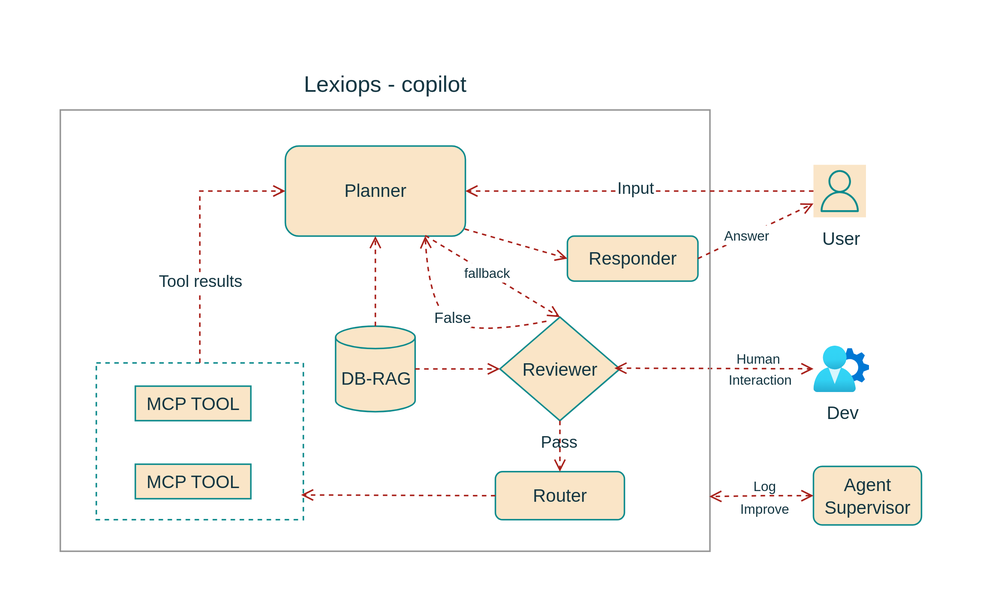
Before: lexiops-copilot/docs/agentic.svg, a diagram exported from draw.io (tinhnguyen0110/LexiOps). Source tidied: cells renumbered, new cells last; positions are measured from the earlier drawing's top-left corner, leaving out a move shared by most shapes.
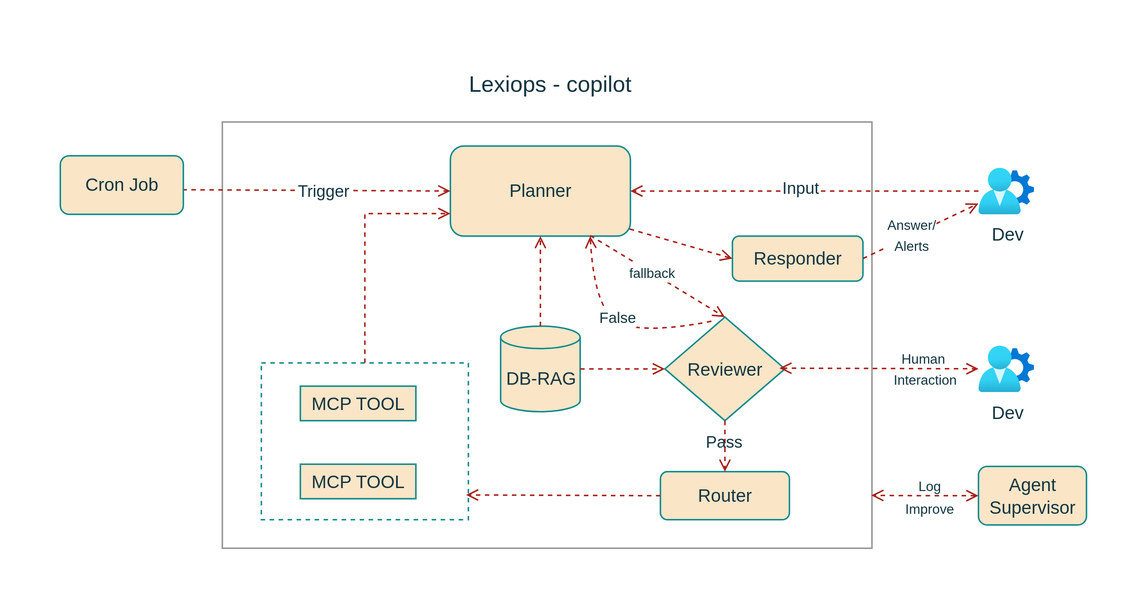
Later version of the same file.

Diff of the diagram source:
```diff
@@ -8,9 +8,6 @@
     <mxCell id="3" value="Reviewer" style="rhombus;whiteSpace=wrap;html=1;labelBackgroundColor=none;fillColor=#FAE5C7;strokeColor=#0F8B8D;fontColor=#143642;" parent="1" vertex="1">
       <mxGeometry x="293" y="171" width="80" height="69" as="geometry" />
     </mxCell>
-    <mxCell id="4" value="User" style="sketch=0;outlineConnect=0;fontColor=#143642;strokeColor=#0F8B8D;fillColor=#FAE5C7;dashed=0;verticalLabelPosition=bottom;verticalAlign=top;align=center;html=1;fontSize=12;fontStyle=0;shape=mxgraph.aws4.resourceIcon;resIcon=mxgraph.aws4.user;labelBackgroundColor=none;" parent="1" vertex="1">
-      <mxGeometry x="502" y="69.5" width="35" height="35" as="geometry" />
-    </mxCell>
     <mxCell id="5" value="Responder" style="rounded=1;whiteSpace=wrap;html=1;labelBackgroundColor=none;fillColor=#FAE5C7;strokeColor=#0F8B8D;fontColor=#143642;" parent="1" vertex="1">
       <mxGeometry x="338" y="117" width="87" height="30" as="geometry" />
     </mxCell>
@@ -29,7 +26,7 @@
       </mxGeometry>
     </mxCell>
     <mxCell id="10" style="rounded=0;whiteSpace=wrap;html=1;fillColor=none;labelBackgroundColor=none;strokeColor=#969696;fontColor=#143642;" parent="1" vertex="1">
-      <mxGeometry y="33" width="433" height="294" as="geometry" />
+      <mxGeometry x="-2" y="41" width="433" height="284" as="geometry" />
     </mxCell>
     <mxCell id="11" value="Agent Supervisor" style="rounded=1;whiteSpace=wrap;html=1;labelBackgroundColor=none;fillColor=#FAE5C7;strokeColor=#0F8B8D;fontColor=#143642;" parent="1" vertex="1">
       <mxGeometry x="502" y="270.5" width="72" height="39" as="geometry" />
@@ -55,8 +52,10 @@
         <mxPoint x="1" y="-2" as="offset" />
       </mxGeometry>
     </mxCell>
-    <mxCell id="16" style="endArrow=open;html=1;rounded=0;dashed=1;endFill=0;labelBackgroundColor=none;strokeColor=#A8201A;fontColor=default;" parent="1" edge="1" source="4" target="2">
-      <mxGeometry relative="1" as="geometry" />
+    <mxCell id="16" style="endArrow=open;html=1;rounded=0;dashed=1;endFill=0;labelBackgroundColor=none;strokeColor=#A8201A;fontColor=default;" parent="1" edge="1" target="2">
+      <mxGeometry relative="1" as="geometry">
+        <mxPoint x="502" y="87" as="sourcePoint" />
+      </mxGeometry>
     </mxCell>
     <mxCell id="17" value="Input" style="edgeLabel;html=1;align=center;verticalAlign=middle;strokeColor=#0F8B8D;fontColor=#143642;fillColor=#FAE5C7;" parent="16" vertex="1">
       <mxGeometry x="0.03" y="-2" relative="1" as="geometry" />
@@ -70,12 +69,9 @@
     <mxCell id="20" style="endArrow=open;html=1;rounded=0;exitX=1;exitY=0.5;exitDx=0;exitDy=0;exitPerimeter=0;dashed=1;endFill=0;labelBackgroundColor=none;strokeColor=#A8201A;fontColor=default;" parent="1" edge="1" source="18" target="3">
       <mxGeometry relative="1" as="geometry" />
     </mxCell>
-    <mxCell id="21" style="edgeStyle=orthogonalEdgeStyle;rounded=0;jettySize=auto;html=1;strokeColor=#A8201A;fontColor=#143642;fillColor=#FAE5C7;entryX=0;entryY=0.5;entryDx=0;entryDy=0;exitX=0.5;exitY=0;exitDx=0;exitDy=0;dashed=1;endArrow=open;endFill=0;" parent="1" edge="1" source="23" target="2">
+    <mxCell id="21" style="edgeStyle=orthogonalEdgeStyle;rounded=0;jettySize=auto;html=1;entryX=0;entryY=0.75;entryDx=0;entryDy=0;strokeColor=#A8201A;fontColor=#143642;fillColor=#FAE5C7;dashed=1;endArrow=open;endFill=0;" parent="1" edge="1" source="23" target="2">
       <mxGeometry relative="1" as="geometry" />
     </mxCell>
-    <mxCell id="22" value="Tool results" style="edgeLabel;html=1;align=center;verticalAlign=middle;strokeColor=#0F8B8D;fontColor=#143642;fillColor=#FAE5C7;" parent="21" vertex="1">
-      <mxGeometry x="-0.37" relative="1" as="geometry" />
-    </mxCell>
     <mxCell id="23" style="rounded=0;whiteSpace=wrap;html=1;fillColor=none;dashed=1;labelBackgroundColor=none;strokeColor=#0F8B8D;fontColor=#143642;" parent="1" vertex="1">
       <mxGeometry x="24" y="201.5" width="138" height="104.5" as="geometry" />
     </mxCell>
@@ -97,10 +93,12 @@
     <mxCell id="29" style="endArrow=open;html=1;rounded=0;exitX=0.996;exitY=0.922;exitDx=0;exitDy=0;exitPerimeter=0;entryX=0;entryY=0.5;entryDx=0;entryDy=0;endFill=0;labelBackgroundColor=none;strokeColor=#A8201A;fontColor=default;dashed=1;" parent="1" edge="1" source="2" target="5">
       <mxGeometry relative="1" as="geometry" />
     </mxCell>
-    <mxCell id="30" style="endArrow=open;dashed=1;html=1;strokeWidth=1;rounded=0;strokeColor=#A8201A;fontColor=#143642;fillColor=#FAE5C7;exitX=1;exitY=0.5;exitDx=0;exitDy=0;endFill=0;" parent="1" edge="1" source="5" target="4">
-      <mxGeometry relative="1" as="geometry" />
+    <mxCell id="30" style="endArrow=open;dashed=1;html=1;strokeWidth=1;rounded=0;strokeColor=#A8201A;fontColor=#143642;fillColor=#FAE5C7;exitX=1;exitY=0.5;exitDx=0;exitDy=0;endFill=0;" parent="1" edge="1" source="5">
+      <mxGeometry relative="1" as="geometry">
+        <mxPoint x="502" y="95.3" as="targetPoint" />
+      </mxGeometry>
     </mxCell>
-    <mxCell id="31" value="&lt;font style=&quot;font-size: 9px;&quot;&gt;Answer&lt;/font&gt;" style="edgeLabel;html=1;align=center;verticalAlign=middle;strokeColor=#0F8B8D;fontColor=#143642;fillColor=#FAE5C7;" parent="30" vertex="1">
+    <mxCell id="31" value="&lt;font style=&quot;font-size: 9px;&quot;&gt;Answer/&lt;/font&gt;&lt;div&gt;&lt;font style=&quot;font-size: 9px;&quot;&gt;Alerts&lt;/font&gt;&lt;/div&gt;" style="edgeLabel;html=1;align=center;verticalAlign=middle;strokeColor=#0F8B8D;fontColor=#143642;fillColor=#FAE5C7;" parent="30" vertex="1">
       <mxGeometry x="-0.17" y="1" relative="1" as="geometry" />
     </mxCell>
     <mxCell id="32" value="&lt;font style=&quot;font-size: 15px;&quot;&gt;Lexiops - copilot&lt;/font&gt;" style="text;html=1;align=center;verticalAlign=middle;whiteSpace=wrap;rounded=0;fontColor=#143642;fillColor=none;strokeColor=none;" parent="1" vertex="1">
@@ -112,5 +110,19 @@
     <mxCell id="34" value="&lt;font style=&quot;font-size: 9px;&quot;&gt;Log&lt;/font&gt;&lt;div&gt;&lt;font style=&quot;font-size: 9px;&quot;&gt;Improve&lt;/font&gt;&lt;/div&gt;" style="text;html=1;align=center;verticalAlign=middle;whiteSpace=wrap;rounded=0;fontColor=#143642;fillColor=none;" parent="1" vertex="1">
       <mxGeometry x="447" y="279" width="45" height="22" as="geometry" />
     </mxCell>
+    <mxCell id="35" value="Dev" style="image;html=1;align=center;fontSize=12;image=img/lib/azure2/identity/User_Settings.svg;labelBackgroundColor=none;fillColor=#FAE5C7;strokeColor=#0F8B8D;fontColor=#143642;" parent="1" vertex="1">
+      <mxGeometry x="502" y="71.5" width="37" height="31" as="geometry" />
+    </mxCell>
+    <mxCell id="36" style="endArrow=open;html=1;rounded=0;strokeColor=#A8201A;fontColor=#143642;fillColor=#FAE5C7;entryX=0;entryY=0.5;entryDx=0;entryDy=0;dashed=1;endFill=0;exitX=0.992;exitY=0.581;exitDx=0;exitDy=0;exitPerimeter=0;" parent="1" edge="1" source="38" target="2">
+      <mxGeometry relative="1" as="geometry" />
+    </mxCell>
+    <mxCell id="37" value="Trigger" style="edgeLabel;html=1;align=center;verticalAlign=middle;strokeColor=#0F8B8D;fontColor=#143642;fillColor=#FAE5C7;" parent="36" vertex="1">
+      <mxGeometry x="-0.04" y="1" relative="1" as="geometry">
+        <mxPoint x="8" y="1" as="offset" />
+      </mxGeometry>
+    </mxCell>
+    <mxCell id="38" value="Cron Job" style="rounded=1;whiteSpace=wrap;html=1;strokeColor=#0F8B8D;fontColor=#143642;fillColor=#FAE5C7;" parent="1" vertex="1">
+      <mxGeometry x="-110" y="63.5" width="82" height="39" as="geometry" />
+    </mxCell>
   </root>
 </mxGraphModel>
```
